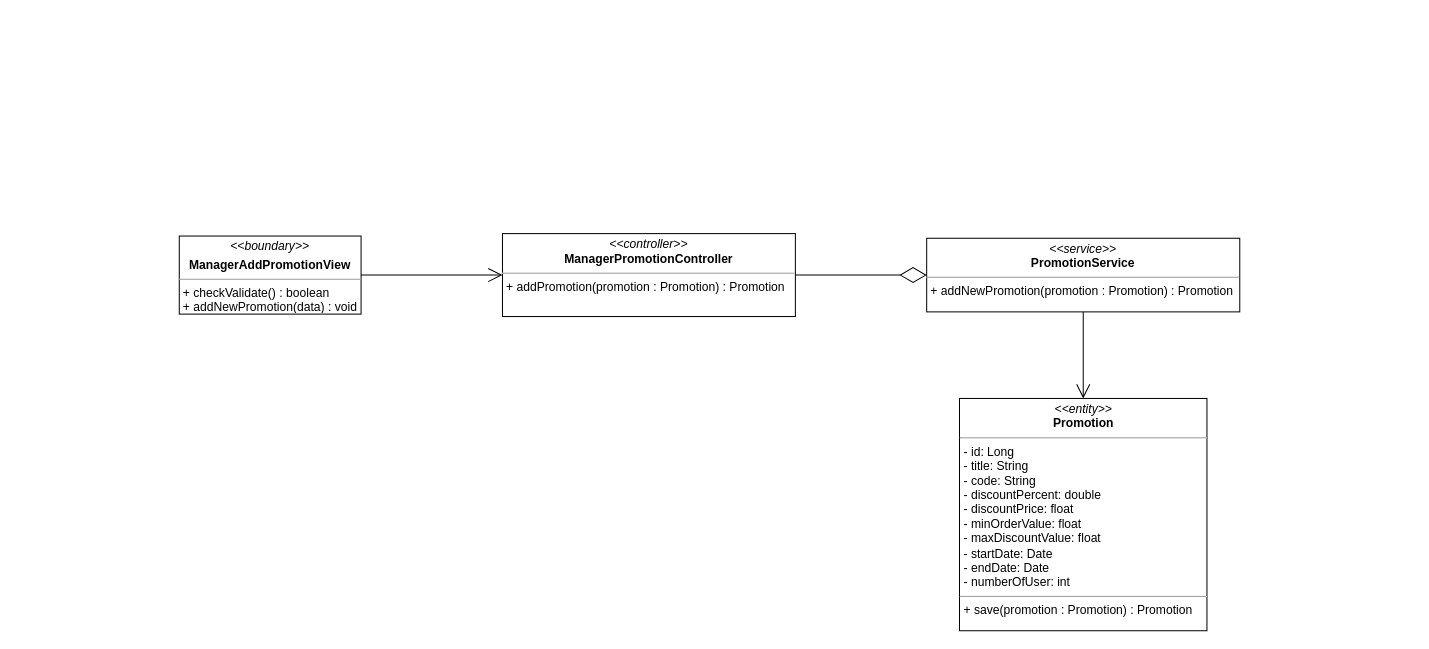
This is class diagram/add-promotion-class-diagram.drawio from nguyenphamvan/datn_20202, a draw.io file, before an edit. Source tidied: cells renumbered, new cells numbered last; positions are measured from the earlier drawing's top-left corner, leaving out a move shared by most shapes. Both pictures are drawn from the tidied source at 101%, with x=0, y=0 at pixel (179, 233).
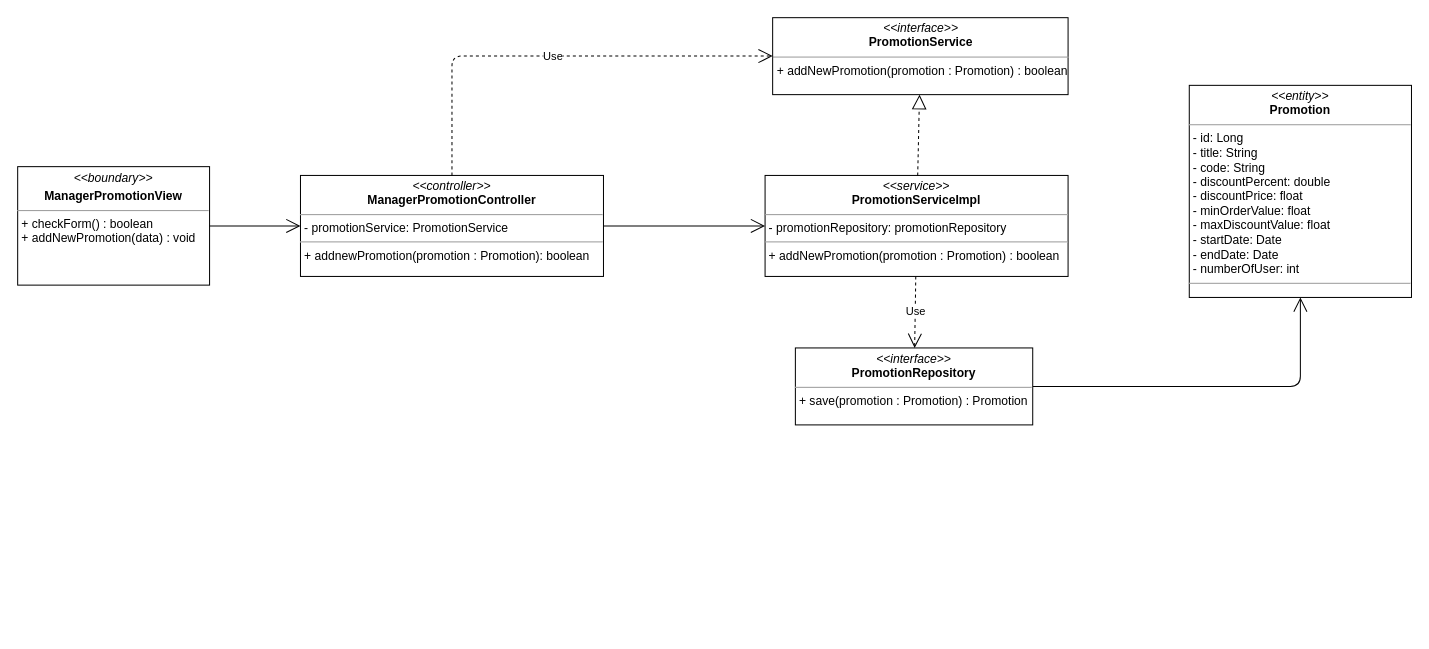
Above is the later version.

The edit, as a diff of the source:
```diff
@@
 <mxGraphModel>
   <root>
     <mxCell id="0" />
     <mxCell id="1" parent="0" />
-    <mxCell id="2" value="&lt;p style=&quot;margin: 0px ; margin-top: 4px ; text-align: center&quot;&gt;&lt;i&gt;&amp;lt;&amp;lt;boundary&amp;gt;&amp;gt;&lt;/i&gt;&lt;/p&gt;&lt;p style=&quot;margin: 0px ; margin-top: 4px ; text-align: center&quot;&gt;&lt;b&gt;ManagerAddPromotionView&lt;/b&gt;&lt;/p&gt;&lt;hr size=&quot;1&quot;&gt;&lt;p style=&quot;margin: 0px ; margin-left: 4px&quot;&gt;&lt;span&gt;+ checkValidate() : boolean&lt;/span&gt;&lt;/p&gt;&lt;p style=&quot;margin: 0px ; margin-left: 4px&quot;&gt;&lt;span&gt;+ addNewPromotion(data) : void&lt;br&gt;&lt;/span&gt;&lt;/p&gt;" style="verticalAlign=top;align=left;overflow=fill;fontSize=12;fontFamily=Helvetica;html=1;" parent="1" vertex="1">
-      <mxGeometry y="2.2" width="180" height="77.3" as="geometry" />
-    </mxCell>
-    <mxCell id="3" value="&lt;p style=&quot;margin: 0px ; margin-top: 4px ; text-align: center&quot;&gt;&lt;i&gt;&amp;lt;&amp;lt;controller&amp;gt;&amp;gt;&lt;/i&gt;&lt;br&gt;&lt;b&gt;ManagerPromotionController&lt;/b&gt;&lt;/p&gt;&lt;hr size=&quot;1&quot;&gt;&lt;p style=&quot;margin: 0px ; margin-left: 4px&quot;&gt;&lt;span&gt;+ addPromotion(promotion : Promotion) : Promotion&lt;/span&gt;&lt;/p&gt;" style="verticalAlign=top;align=left;overflow=fill;fontSize=12;fontFamily=Helvetica;html=1;" parent="1" vertex="1">
-      <mxGeometry x="320" y="-0.2" width="290" height="82.1" as="geometry" />
-    </mxCell>
-    <mxCell id="4" value="&lt;p style=&quot;margin: 0px ; margin-top: 4px ; text-align: center&quot;&gt;&lt;i&gt;&amp;lt;&amp;lt;service&amp;gt;&amp;gt;&lt;/i&gt;&lt;br&gt;&lt;b&gt;PromotionService&lt;/b&gt;&lt;/p&gt;&lt;hr size=&quot;1&quot;&gt;&lt;p style=&quot;margin: 0px ; margin-left: 4px&quot;&gt;&lt;span&gt;+ addNewPromotion(promotion : Promotion) : Promotion&lt;/span&gt;&lt;/p&gt;" style="verticalAlign=top;align=left;overflow=fill;fontSize=12;fontFamily=Helvetica;html=1;" parent="1" vertex="1">
-      <mxGeometry x="740" y="4.4" width="310" height="72.9" as="geometry" />
-    </mxCell>
-    <mxCell id="5" style="endArrow=open;endFill=1;endSize=12;html=1;entryX=0;entryY=0.5;entryDx=0;entryDy=0;exitX=1;exitY=0.5;exitDx=0;exitDy=0;" parent="1" edge="1" source="2" target="3">
-      <mxGeometry relative="1" as="geometry" />
-    </mxCell>
-    <mxCell id="6" style="endArrow=diamondThin;endFill=0;endSize=24;html=1;entryX=0;entryY=0.5;entryDx=0;entryDy=0;exitX=1;exitY=0.5;exitDx=0;exitDy=0;" parent="1" edge="1" source="3" target="4">
-      <mxGeometry relative="1" as="geometry" />
-    </mxCell>
-    <mxCell id="7" style="endArrow=open;endFill=1;endSize=12;html=1;exitX=0.5;exitY=1;exitDx=0;exitDy=0;entryX=0.5;entryY=0;entryDx=0;entryDy=0;" parent="1" edge="1" source="4" target="8">
-      <mxGeometry relative="1" as="geometry" />
-    </mxCell>
-    <mxCell id="8" value="&lt;p style=&quot;margin: 0px ; margin-top: 4px ; text-align: center&quot;&gt;&lt;i&gt;&amp;lt;&amp;lt;entity&amp;gt;&amp;gt;&lt;/i&gt;&lt;br&gt;&lt;b&gt;Promotion&lt;/b&gt;&lt;/p&gt;&lt;hr size=&quot;1&quot;&gt;&lt;p style=&quot;margin: 0px ; margin-left: 4px&quot;&gt;- id: Long&lt;/p&gt;&lt;p style=&quot;margin: 0px 0px 0px 4px&quot;&gt;- title: String&lt;br&gt;- code: String&lt;/p&gt;&lt;p style=&quot;margin: 0px 0px 0px 4px&quot;&gt;- discountPercent: double&lt;/p&gt;&lt;p style=&quot;margin: 0px 0px 0px 4px&quot;&gt;- discountPrice: float&lt;/p&gt;&lt;p style=&quot;margin: 0px 0px 0px 4px&quot;&gt;- minOrderValue: float&lt;/p&gt;&lt;p style=&quot;margin: 0px 0px 0px 4px&quot;&gt;- maxDiscountValue: float&lt;/p&gt;&lt;p style=&quot;margin: 0px 0px 0px 4px&quot;&gt;- startDate: Date&lt;/p&gt;&lt;p style=&quot;margin: 0px 0px 0px 4px&quot;&gt;- endDate: Date&lt;/p&gt;&lt;p style=&quot;margin: 0px 0px 0px 4px&quot;&gt;- numberOfUser: int&lt;span&gt;&amp;nbsp;&lt;/span&gt;&lt;/p&gt;&lt;hr size=&quot;1&quot;&gt;&lt;p style=&quot;margin: 0px ; margin-left: 4px&quot;&gt;+ save(promotion : Promotion) : Promotion&lt;/p&gt;" style="verticalAlign=top;align=left;overflow=fill;fontSize=12;fontFamily=Helvetica;html=1;" parent="1" vertex="1">
-      <mxGeometry x="772.5" y="163" width="245" height="230" as="geometry" />
-    </mxCell>
+    <mxCell id="9" value="&lt;p style=&quot;margin: 0px ; margin-top: 4px ; text-align: center&quot;&gt;&lt;i&gt;&amp;lt;&amp;lt;boundary&amp;gt;&amp;gt;&lt;/i&gt;&lt;/p&gt;&lt;p style=&quot;margin: 0px ; margin-top: 4px ; text-align: center&quot;&gt;&lt;b&gt;ManagerPromotionView&lt;/b&gt;&lt;/p&gt;&lt;hr size=&quot;1&quot;&gt;&lt;p style=&quot;margin: 0px ; margin-left: 4px&quot;&gt;+ checkForm() : boolean&amp;nbsp;&lt;/p&gt;&lt;p style=&quot;margin: 0px ; margin-left: 4px&quot;&gt;&lt;span&gt;+ addNewPromotion(data) : void&lt;/span&gt;&lt;br&gt;&lt;/p&gt;" style="verticalAlign=top;align=left;overflow=fill;fontSize=12;fontFamily=Helvetica;html=1;" parent="1" vertex="1">
+      <mxGeometry x="-160" y="-66.5" width="190" height="117.3" as="geometry" />
+    </mxCell>
+    <mxCell id="10" style="endArrow=open;endFill=1;endSize=12;html=1;entryX=0;entryY=0.5;entryDx=0;entryDy=0;exitX=1;exitY=0.5;exitDx=0;exitDy=0;" parent="1" edge="1" source="9" target="14">
+      <mxGeometry relative="1" as="geometry" />
+    </mxCell>
+    <mxCell id="11" style="endArrow=open;endFill=1;endSize=12;html=1;exitX=1;exitY=0.5;exitDx=0;exitDy=0;edgeStyle=orthogonalEdgeStyle;" parent="1" edge="1" source="12" target="20">
+      <mxGeometry relative="1" as="geometry" />
+    </mxCell>
+    <mxCell id="12" value="&lt;p style=&quot;margin: 0px ; margin-top: 4px ; text-align: center&quot;&gt;&lt;i&gt;&amp;lt;&amp;lt;interface&amp;gt;&amp;gt;&lt;/i&gt;&lt;br&gt;&lt;b&gt;PromotionRepository&lt;/b&gt;&lt;/p&gt;&lt;hr size=&quot;1&quot;&gt;&lt;p style=&quot;margin: 0px ; margin-left: 4px&quot;&gt;+ save(promotion : Promotion) : Promotion&lt;/p&gt;" style="verticalAlign=top;align=left;overflow=fill;fontSize=12;fontFamily=Helvetica;html=1;" parent="1" vertex="1">
+      <mxGeometry x="610" y="113" width="235" height="76.2" as="geometry" />
+    </mxCell>
+    <mxCell id="13" value="&lt;p style=&quot;margin: 0px ; margin-top: 4px ; text-align: center&quot;&gt;&lt;i&gt;&amp;lt;&amp;lt;interface&amp;gt;&amp;gt;&lt;/i&gt;&lt;br&gt;&lt;b&gt;PromotionService&lt;/b&gt;&lt;/p&gt;&lt;hr size=&quot;1&quot;&gt;&lt;p style=&quot;margin: 0px ; margin-left: 4px&quot;&gt;+ addNewPromotion(promotion : Promotion) : boolean&lt;/p&gt;" style="verticalAlign=top;align=left;overflow=fill;fontSize=12;fontFamily=Helvetica;html=1;" parent="1" vertex="1">
+      <mxGeometry x="587.5" y="-214" width="292.5" height="76.2" as="geometry" />
+    </mxCell>
+    <mxCell id="14" value="&lt;p style=&quot;margin: 0px ; margin-top: 4px ; text-align: center&quot;&gt;&lt;i&gt;&amp;lt;&amp;lt;controller&amp;gt;&amp;gt;&lt;/i&gt;&lt;br&gt;&lt;b&gt;ManagerPromotionController&lt;/b&gt;&lt;br&gt;&lt;/p&gt;&lt;hr size=&quot;1&quot;&gt;&lt;p style=&quot;margin: 0px ; margin-left: 4px&quot;&gt;- promotionService: PromotionService&lt;br&gt;&lt;/p&gt;&lt;hr size=&quot;1&quot;&gt;&lt;p style=&quot;margin: 0px ; margin-left: 4px&quot;&gt;+ addnewPromotion(promotion : Promotion): boolean&lt;br&gt;&lt;/p&gt;" style="verticalAlign=top;align=left;overflow=fill;fontSize=12;fontFamily=Helvetica;html=1;" parent="1" vertex="1">
+      <mxGeometry x="120" y="-57.8" width="300" height="100" as="geometry" />
+    </mxCell>
+    <mxCell id="15" value="&lt;p style=&quot;margin: 0px ; margin-top: 4px ; text-align: center&quot;&gt;&lt;i&gt;&amp;lt;&amp;lt;service&amp;gt;&amp;gt;&lt;/i&gt;&lt;br&gt;&lt;b&gt;PromotionServiceImpl&lt;/b&gt;&lt;/p&gt;&lt;hr size=&quot;1&quot;&gt;&lt;p style=&quot;margin: 0px ; margin-left: 4px&quot;&gt;- promotionRepository: promotionRepository&lt;br&gt;&lt;/p&gt;&lt;hr size=&quot;1&quot;&gt;&lt;p style=&quot;margin: 0px ; margin-left: 4px&quot;&gt;+ addNewPromotion(promotion : Promotion) : boolean&lt;br&gt;&lt;/p&gt;" style="verticalAlign=top;align=left;overflow=fill;fontSize=12;fontFamily=Helvetica;html=1;" parent="1" vertex="1">
+      <mxGeometry x="580" y="-57.8" width="300" height="100" as="geometry" />
+    </mxCell>
+    <mxCell id="16" value="Use" style="endArrow=open;endSize=12;dashed=1;html=1;edgeStyle=orthogonalEdgeStyle;exitX=0.5;exitY=0;exitDx=0;exitDy=0;" parent="1" edge="1" source="14" target="13">
+      <mxGeometry relative="1" as="geometry">
+        <Array as="points">
+          <mxPoint x="270" y="-176" />
+        </Array>
+      </mxGeometry>
+    </mxCell>
+    <mxCell id="17" style="endArrow=block;dashed=1;endFill=0;endSize=12;html=1;" parent="1" edge="1" source="15" target="13">
+      <mxGeometry relative="1" as="geometry" />
+    </mxCell>
+    <mxCell id="18" value="Use" style="endArrow=open;endSize=12;dashed=1;html=1;" parent="1" edge="1" source="15" target="12">
+      <mxGeometry relative="1" as="geometry" />
+    </mxCell>
+    <mxCell id="19" style="endArrow=open;endFill=1;endSize=12;html=1;" parent="1" edge="1" source="14" target="15">
+      <mxGeometry relative="1" as="geometry" />
+    </mxCell>
+    <mxCell id="20" value="&lt;p style=&quot;margin: 0px ; margin-top: 4px ; text-align: center&quot;&gt;&lt;i&gt;&amp;lt;&amp;lt;entity&amp;gt;&amp;gt;&lt;/i&gt;&lt;br&gt;&lt;b&gt;Promotion&lt;/b&gt;&lt;/p&gt;&lt;hr size=&quot;1&quot;&gt;&lt;p style=&quot;margin: 0px ; margin-left: 4px&quot;&gt;- id: Long&lt;/p&gt;&lt;p style=&quot;margin: 0px 0px 0px 4px&quot;&gt;- title: String&lt;br&gt;- code: String&lt;/p&gt;&lt;p style=&quot;margin: 0px 0px 0px 4px&quot;&gt;- discountPercent: double&lt;/p&gt;&lt;p style=&quot;margin: 0px 0px 0px 4px&quot;&gt;- discountPrice: float&lt;/p&gt;&lt;p style=&quot;margin: 0px 0px 0px 4px&quot;&gt;- minOrderValue: float&lt;/p&gt;&lt;p style=&quot;margin: 0px 0px 0px 4px&quot;&gt;- maxDiscountValue: float&lt;/p&gt;&lt;p style=&quot;margin: 0px 0px 0px 4px&quot;&gt;- startDate: Date&lt;/p&gt;&lt;p style=&quot;margin: 0px 0px 0px 4px&quot;&gt;- endDate: Date&lt;/p&gt;&lt;p style=&quot;margin: 0px 0px 0px 4px&quot;&gt;- numberOfUser: int&lt;span&gt;&amp;nbsp;&lt;/span&gt;&lt;/p&gt;&lt;hr size=&quot;1&quot;&gt;&lt;p style=&quot;margin: 0px ; margin-left: 4px&quot;&gt;&lt;br&gt;&lt;/p&gt;" style="verticalAlign=top;align=left;overflow=fill;fontSize=12;fontFamily=Helvetica;html=1;" parent="1" vertex="1">
+      <mxGeometry x="1000" y="-147" width="220" height="210" as="geometry" />
+    </mxCell>
   </root>
 </mxGraphModel>
```
